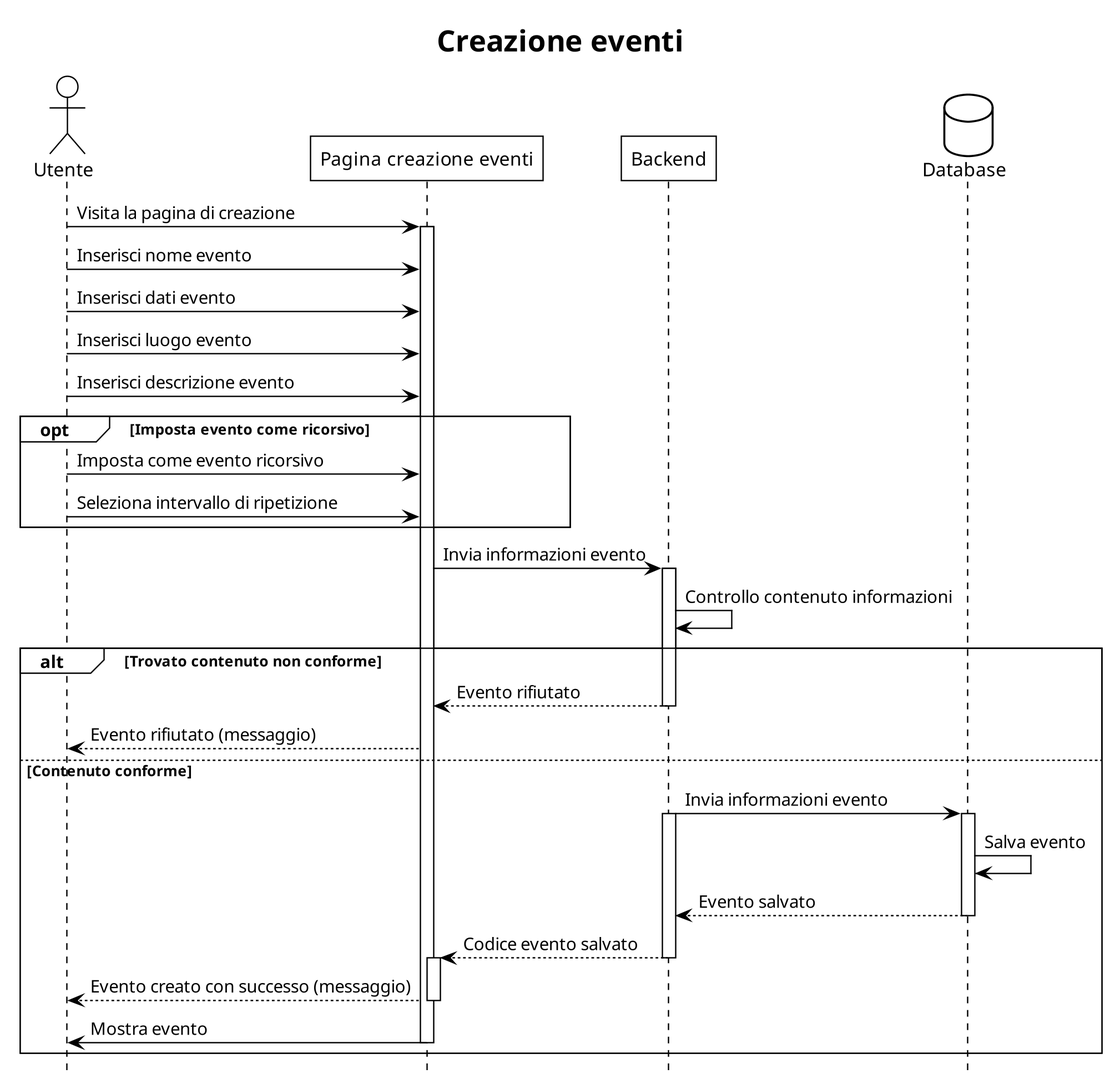
Earlier version of the PlantUML export diagrams/2.sequence_diagram/sequence_finale/creazione_eventi.png (tomasel/IS_Univents). Its diagram source:
```plantuml
@startuml
!theme plain
scale 2000 width
hide footbox

title Creazione eventi

actor Utente as U
participant "Pagina creazione eventi" as PE
participant "Backend" as B
database Database as DB

U -> PE : Visita la pagina di creazione

activate PE

U -> PE : Inserisci nome evento
U -> PE : Inserisci dati evento
U -> PE : Inserisci luogo evento
U -> PE : Inserisci descrizione evento

opt Imposta evento come ricorsivo
    U -> PE : Imposta come evento ricorsivo
    U -> PE : Seleziona intervallo di ripetizione
end

PE -> B : Invia informazioni evento

activate B

B -> B : Controllo contenuto informazioni

alt Trovato contenuto non conforme
    B --> PE : Evento rifiutato

    deactivate B

    PE --> U : Evento rifiutato (messaggio)
else Contenuto conforme

    B -> DB : Invia informazioni evento

    activate B
    activate DB

    DB -> DB : Salva evento
    DB --> B : Evento salvato

    deactivate DB

    B --> PE : Codice evento salvato

    deactivate B
    activate PE

    PE --> U : Evento creato con successo (messaggio)

    deactivate PE

    PE -> U : Mostra evento

    deactivate PE

end

@enduml
```
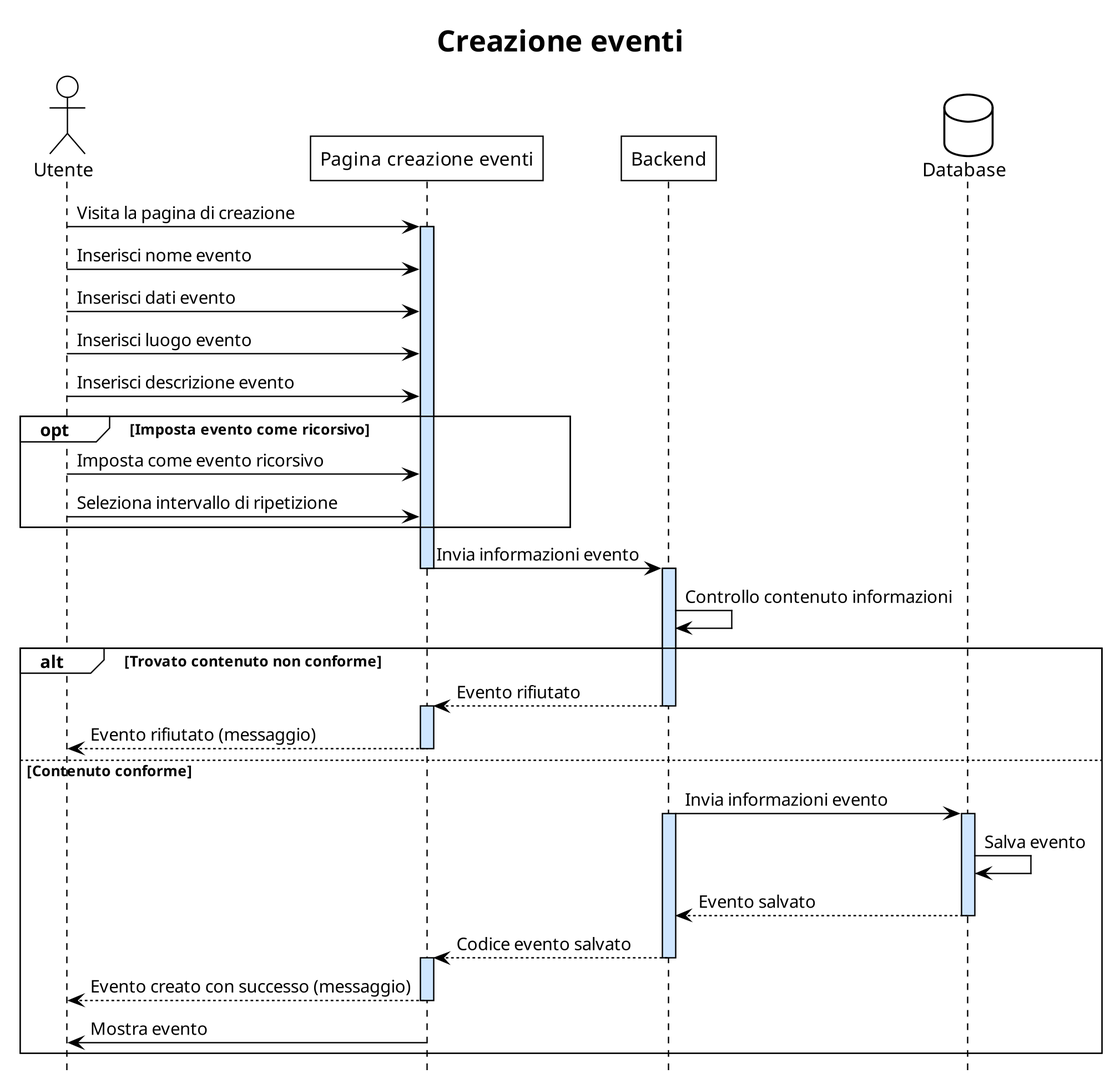
After the commit.

The edit, as a diff of the source:
```diff
@@ -12,7 +12,8 @@
 
 U -> PE : Visita la pagina di creazione
 
-activate PE
+activate PE #CFE6FF
+
 
 U -> PE : Inserisci nome evento
 U -> PE : Inserisci dati evento
@@ -26,7 +27,9 @@
 
 PE -> B : Invia informazioni evento
 
-activate B
+deactivate PE
+activate B #CFE6FF
+
 
 B -> B : Controllo contenuto informazioni
 
@@ -34,14 +37,19 @@
     B --> PE : Evento rifiutato
 
     deactivate B
+    activate PE #CFE6FF
 
     PE --> U : Evento rifiutato (messaggio)
+
+    deactivate PE
 else Contenuto conforme
 
     B -> DB : Invia informazioni evento
 
-    activate B
-    activate DB
+    activate B #CFE6FF
+
+    activate DB #CFE6FF
+
 
     DB -> DB : Salva evento
     DB --> B : Evento salvato
@@ -51,7 +59,8 @@
     B --> PE : Codice evento salvato
 
     deactivate B
-    activate PE
+    activate PE #CFE6FF
+
 
     PE --> U : Evento creato con successo (messaggio)
 
```
